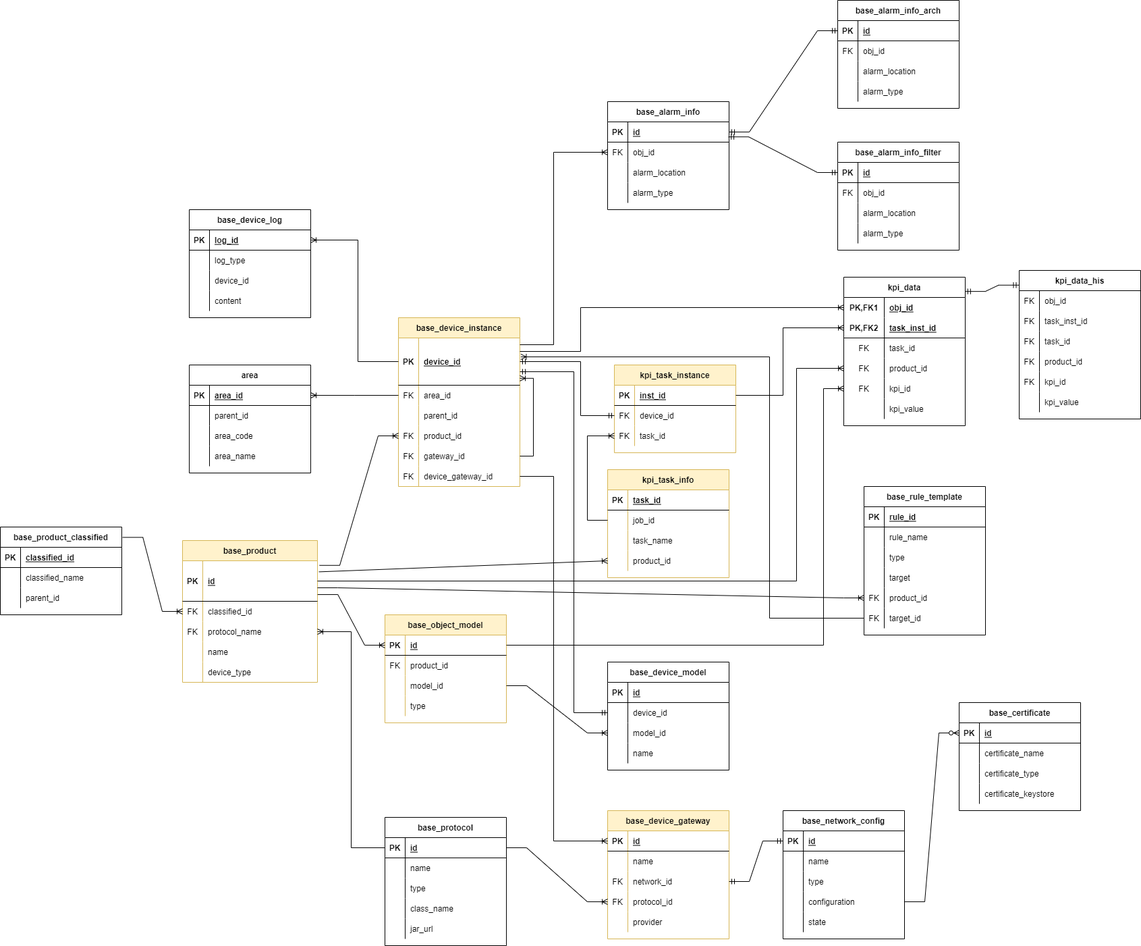
Before: Untitled Diagram.drawio.png, a diagram exported from draw.io (liuyucai/springcloud-config). Source tidied: cells renumbered, new cells last; positions are measured from the earlier drawing's top-left corner, leaving out a move shared by most shapes.
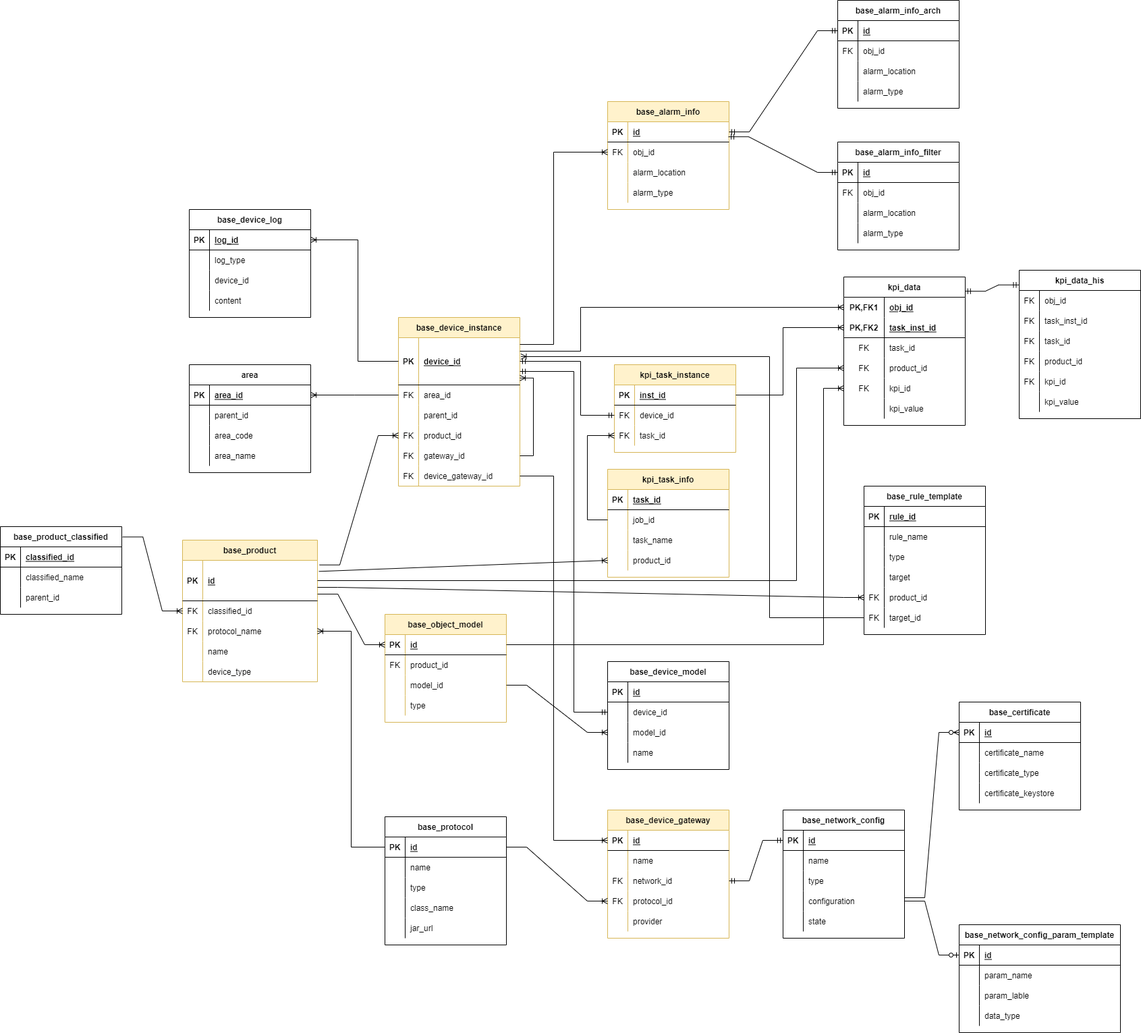
The same diagram one commit later.

The edit, as a diff of the source:
```diff
@@ -565,7 +565,7 @@
         </Array>
       </mxGeometry>
     </mxCell>
-    <mxCell id="182" value="base_alarm_info" style="shape=table;startSize=30;rowLines=0;fontStyle=1;align=center;" parent="1" vertex="1">
+    <mxCell id="182" value="base_alarm_info" style="shape=table;startSize=30;rowLines=0;fontStyle=1;align=center;fillColor=#fff2cc;strokeColor=#d6b656;" parent="1" vertex="1">
       <mxGeometry x="900" y="150" width="180" height="160" as="geometry" />
     </mxCell>
     <mxCell id="183" style="shape=tableRow;horizontal=0;startSize=0;swimlaneHead=0;swimlaneBody=0;fillColor=none;points=[[0,0.5],[1,0.5]];portConstraint=eastwest;top=0;left=0;right=0;bottom=1;" parent="182" vertex="1">
@@ -905,8 +905,10 @@
     <mxCell id="282" value="certificate_keystore" style="shape=partialRectangle;fillColor=none;top=0;left=0;bottom=0;right=0;align=left;spacingLeft=6;overflow=hidden;" parent="280" vertex="1">
       <mxGeometry x="30" width="150" height="30" as="geometry" />
     </mxCell>
-    <mxCell id="283" style="edgeStyle=entityRelationEdgeStyle;fontSize=12;html=1;endArrow=ERzeroToMany;endFill=1;rounded=0;exitX=1;exitY=0.5;exitDx=0;exitDy=0;entryX=0;entryY=0.5;entryDx=0;entryDy=0;" parent="1" edge="1" source="88" target="271">
-      <mxGeometry relative="1" as="geometry" />
+    <mxCell id="283" style="edgeStyle=entityRelationEdgeStyle;fontSize=12;html=1;endArrow=ERzeroToMany;endFill=1;rounded=0;entryX=0;entryY=0.5;entryDx=0;entryDy=0;" parent="1" edge="1" target="271">
+      <mxGeometry relative="1" as="geometry">
+        <mxPoint x="1340" y="1330" as="sourcePoint" />
+      </mxGeometry>
     </mxCell>
     <mxCell id="284" value="base_rule_template" style="shape=table;startSize=30;rowLines=0;fontStyle=1;align=center;" parent="1" vertex="1">
       <mxGeometry x="1280" y="720" width="180" height="220" as="geometry" />
@@ -977,5 +979,47 @@
         <mxPoint x="470" y="870" as="sourcePoint" />
       </mxGeometry>
     </mxCell>
+    <mxCell id="305" value="base_network_config_param_template" style="shape=table;startSize=30;rowLines=0;fontStyle=1;align=center;" parent="1" vertex="1">
+      <mxGeometry x="1421" y="1370" width="239" height="160" as="geometry" />
+    </mxCell>
+    <mxCell id="306" style="shape=tableRow;horizontal=0;startSize=0;swimlaneHead=0;swimlaneBody=0;fillColor=none;points=[[0,0.5],[1,0.5]];portConstraint=eastwest;top=0;left=0;right=0;bottom=1;" parent="305" vertex="1">
+      <mxGeometry y="30" width="239" height="30" as="geometry" />
+    </mxCell>
+    <mxCell id="307" value="PK" style="shape=partialRectangle;fillColor=none;top=0;left=0;bottom=0;right=0;fontStyle=1;overflow=hidden;" parent="306" vertex="1">
+      <mxGeometry width="30" height="30" as="geometry" />
+    </mxCell>
+    <mxCell id="308" value="id" style="shape=partialRectangle;fillColor=none;top=0;left=0;bottom=0;right=0;align=left;spacingLeft=6;fontStyle=5;overflow=hidden;" parent="306" vertex="1">
+      <mxGeometry x="30" width="209" height="30" as="geometry" />
+    </mxCell>
+    <mxCell id="309" style="shape=tableRow;horizontal=0;startSize=0;swimlaneHead=0;swimlaneBody=0;fillColor=none;top=0;left=0;right=0;bottom=0;" parent="305" vertex="1">
+      <mxGeometry y="60" width="239" height="30" as="geometry" />
+    </mxCell>
+    <mxCell id="310" style="shape=partialRectangle;fillColor=none;top=0;left=0;bottom=0;right=0;overflow=hidden;" parent="309" vertex="1">
+      <mxGeometry width="30" height="30" as="geometry" />
+    </mxCell>
+    <mxCell id="311" value="param_name" style="shape=partialRectangle;fillColor=none;top=0;left=0;bottom=0;right=0;align=left;spacingLeft=6;overflow=hidden;" parent="309" vertex="1">
+      <mxGeometry x="30" width="209" height="30" as="geometry" />
+    </mxCell>
+    <mxCell id="312" style="shape=tableRow;horizontal=0;startSize=0;swimlaneHead=0;swimlaneBody=0;fillColor=none;top=0;left=0;right=0;bottom=0;" parent="305" vertex="1">
+      <mxGeometry y="90" width="239" height="30" as="geometry" />
+    </mxCell>
+    <mxCell id="313" style="shape=partialRectangle;fillColor=none;top=0;left=0;bottom=0;right=0;overflow=hidden;" parent="312" vertex="1">
+      <mxGeometry width="30" height="30" as="geometry" />
+    </mxCell>
+    <mxCell id="314" value="param_lable" style="shape=partialRectangle;fillColor=none;top=0;left=0;bottom=0;right=0;align=left;spacingLeft=6;overflow=hidden;" parent="312" vertex="1">
+      <mxGeometry x="30" width="209" height="30" as="geometry" />
+    </mxCell>
+    <mxCell id="315" style="shape=tableRow;horizontal=0;startSize=0;swimlaneHead=0;swimlaneBody=0;fillColor=none;top=0;left=0;right=0;bottom=0;" parent="305" vertex="1">
+      <mxGeometry y="120" width="239" height="30" as="geometry" />
+    </mxCell>
+    <mxCell id="316" style="shape=partialRectangle;fillColor=none;top=0;left=0;bottom=0;right=0;overflow=hidden;" parent="315" vertex="1">
+      <mxGeometry width="30" height="30" as="geometry" />
+    </mxCell>
+    <mxCell id="317" value="data_type" style="shape=partialRectangle;fillColor=none;top=0;left=0;bottom=0;right=0;align=left;spacingLeft=6;overflow=hidden;" parent="315" vertex="1">
+      <mxGeometry x="30" width="209" height="30" as="geometry" />
+    </mxCell>
+    <mxCell id="318" style="edgeStyle=entityRelationEdgeStyle;fontSize=12;html=1;endArrow=ERzeroToOne;endFill=1;rounded=0;exitX=1;exitY=0.5;exitDx=0;exitDy=0;entryX=0;entryY=0.5;entryDx=0;entryDy=0;" parent="1" edge="1" source="88" target="306">
+      <mxGeometry relative="1" as="geometry" />
+    </mxCell>
   </root>
 </mxGraphModel>
```
